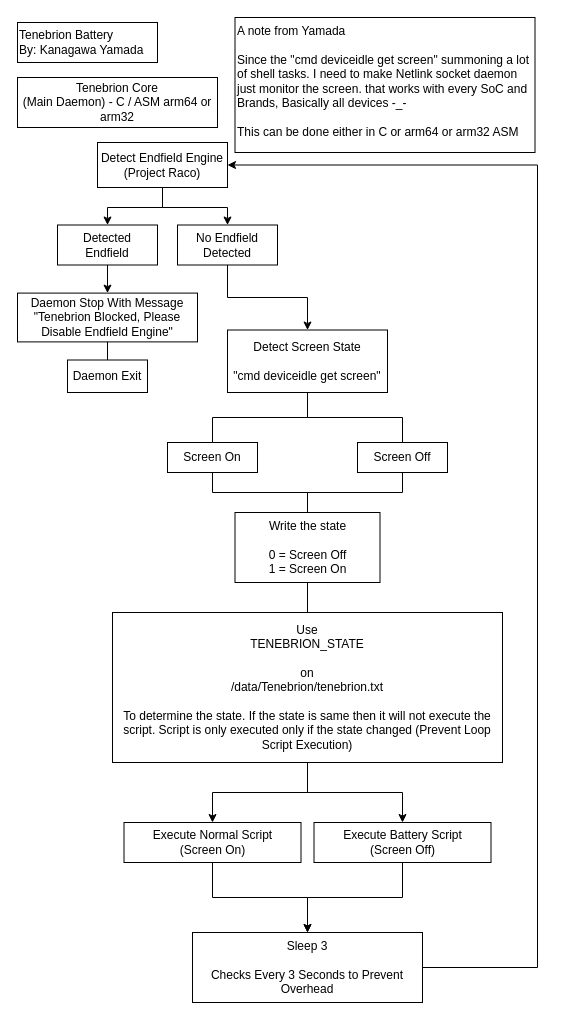
This is IMG & Concept/Concept ot Tenebrion.drawio from LoggingNewMemory/Tenebrion-Battery, a draw.io file, before an edit. Source tidied: cells renumbered, new cells numbered last; positions are measured from the earlier drawing's top-left corner, leaving out a move shared by most shapes. Both pictures are drawn from the tidied source at 100%, with x=0, y=0 at pixel (17, 17).
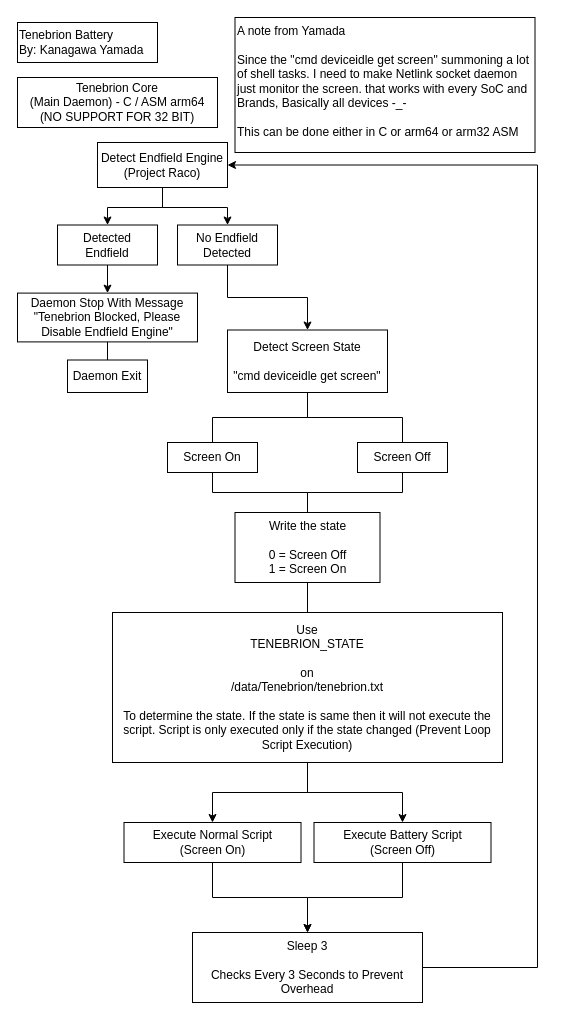
The same page after the edit.

Commit message (it also covers changes not shown here):
Drop 32 bit support

What changed in the source:
```diff
@@
-    <mxCell id="3" value="Tenebrion Core&lt;div&gt;(Main Daemon) - C / ASM arm64 or arm32&lt;/div&gt;" style="rounded=0;whiteSpace=wrap;html=1;" parent="1" vertex="1">
+    <mxCell id="3" value="Tenebrion Core&lt;div&gt;(Main Daemon) - C / ASM arm64&lt;/div&gt;&lt;div&gt;(NO SUPPORT FOR 32 BIT)&lt;/div&gt;" style="rounded=0;whiteSpace=wrap;html=1;" parent="1" vertex="1">
       <mxGeometry y="60" width="200" height="50" as="geometry" />
     </mxCell>
```
